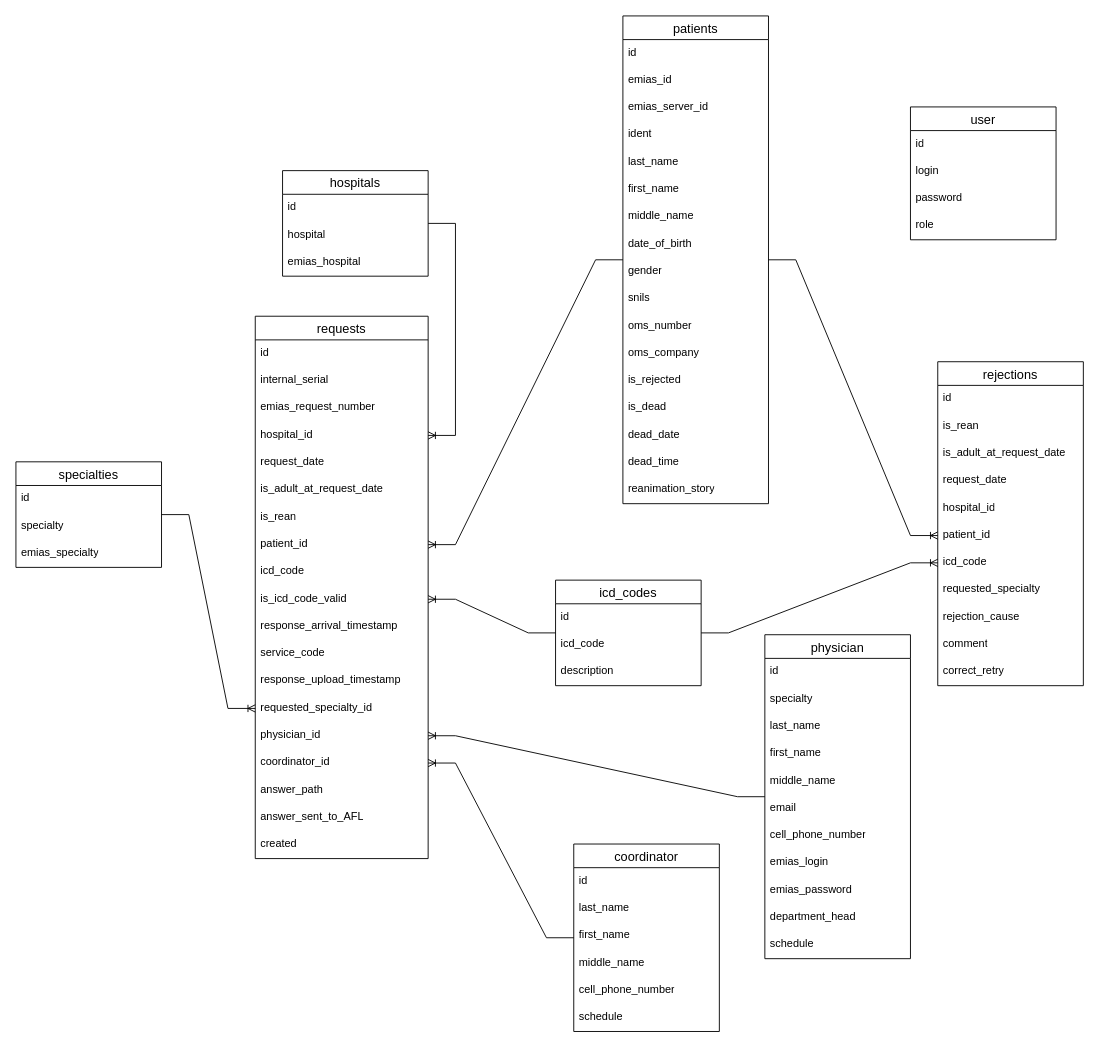
The draw.io diagram server/rdkc.drawio in KretovDmitry/rdkc, before the edit. Source tidied: cells renumbered, new cells numbered last; positions are measured from the earlier drawing's top-left corner, leaving out a move shared by most shapes. Both pictures are drawn from the tidied source at 91%, with x=0, y=0 at pixel (15, 15).
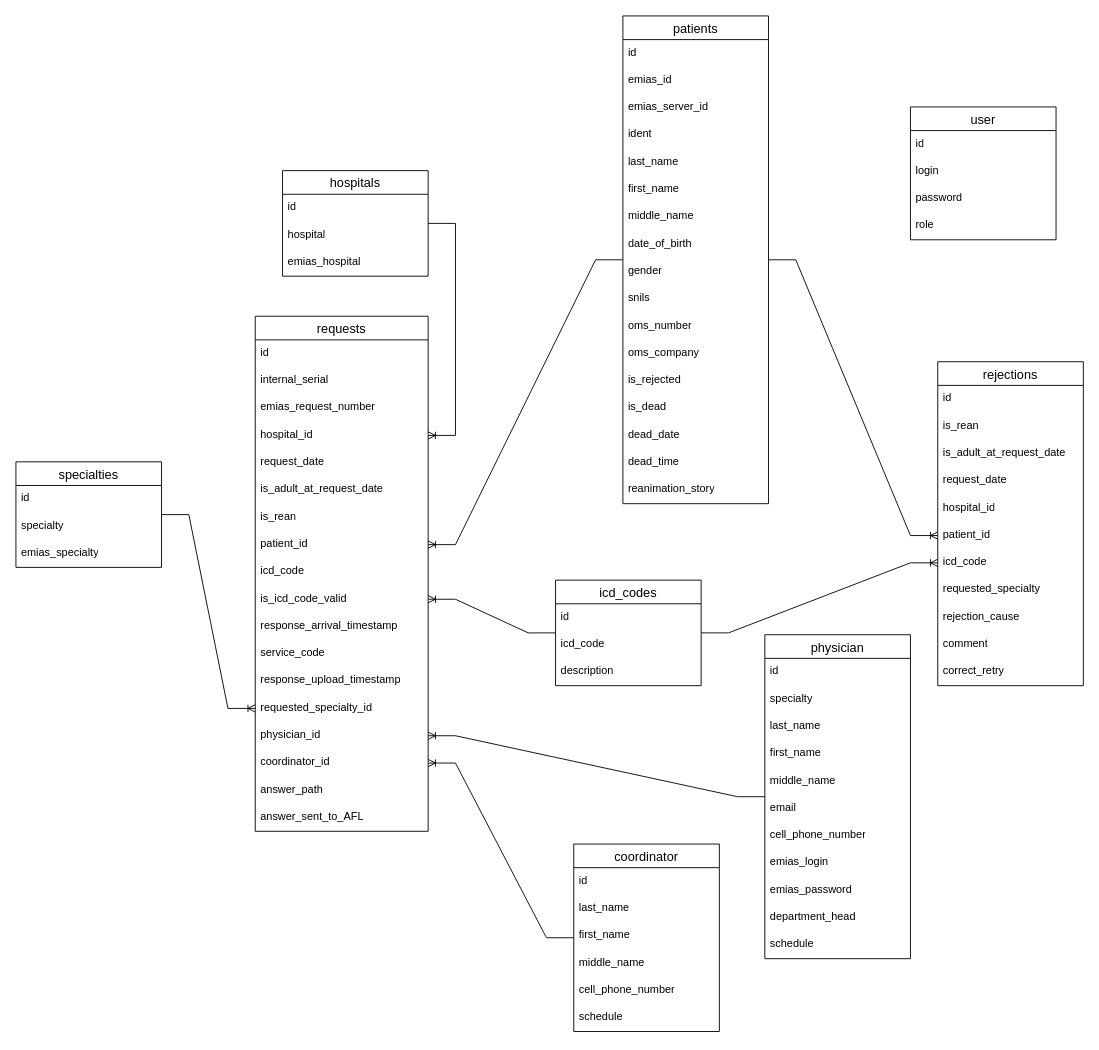
The same page after the edit.

Change to the diagram source:
```diff
@@
     <mxCell id="2" value="requests" style="swimlane;fontStyle=0;horizontal=1;startSize=26;align=center;fontSize=14;" parent="1" vertex="1">
-      <mxGeometry x="263" y="330" width="190" height="596" as="geometry" />
+      <mxGeometry x="263" y="330" width="190" height="566" as="geometry" />
     </mxCell>
@@
-    <mxCell id="21" value="created" style="text;strokeColor=none;fillColor=none;spacingLeft=4;spacingRight=4;overflow=hidden;fontSize=12;whiteSpace=wrap;html=1;" parent="2" vertex="1">
-      <mxGeometry y="566" width="190" height="30" as="geometry" />
-    </mxCell>
```
